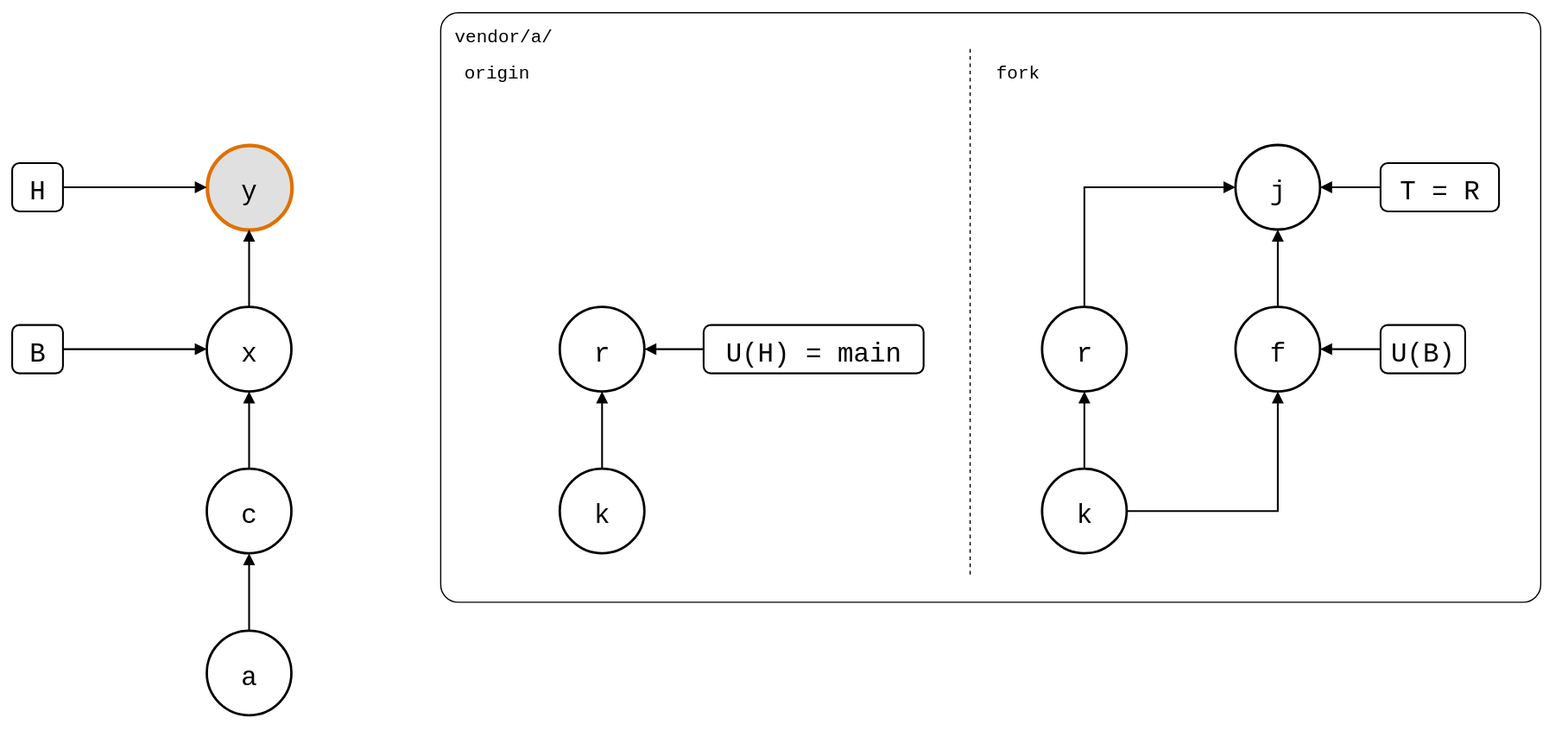
Before: test/scenarios/04-upstreams/02-several-upstreams/several-upstreams.drawio.svg, a diagram exported from draw.io (roschaefer/git-splice). Source tidied: cells renumbered, new cells last; positions are measured from the earlier drawing's top-left corner, leaving out a move shared by most shapes.
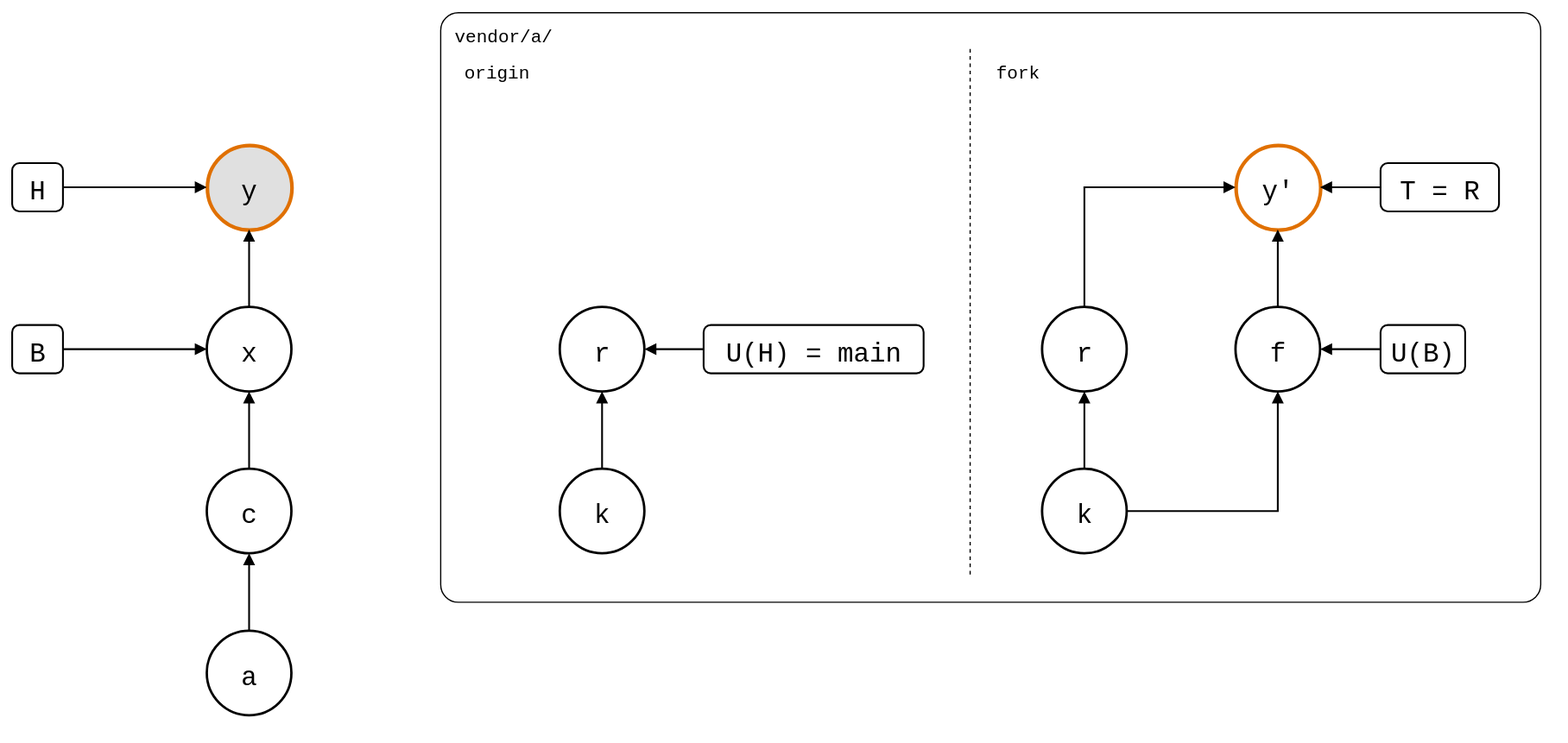
Above is the later version.

Change to the diagram source:
```diff
@@ -41,7 +41,7 @@
     <mxCell id="14" value="f" style="ellipse;strokeWidth=2;fontSize=22;fontFamily=Roboto Mono,monospace;" parent="1" vertex="1">
       <mxGeometry x="1012" y="244" width="70" height="70" as="geometry" />
     </mxCell>
-    <mxCell id="15" value="j" style="ellipse;strokeWidth=2;fontSize=22;fontFamily=Roboto Mono,monospace;" parent="1" vertex="1">
+    <mxCell id="15" value="y'" style="ellipse;fontSize=22;fontFamily=Roboto Mono,monospace;strokeColor=#E07000;strokeWidth=3;" parent="1" vertex="1">
       <mxGeometry x="1012" y="110" width="70" height="70" as="geometry" />
     </mxCell>
     <mxCell id="16" value="H" style="rounded=1;strokeWidth=1.5;fontSize=22;fontFamily=Roboto Mono,monospace;" parent="1" vertex="1">
```
